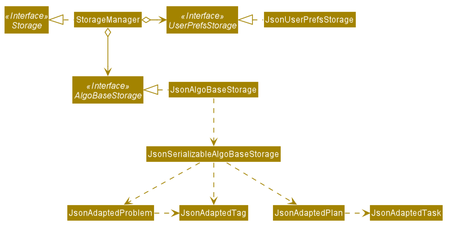
The PlantUML diagram docs/images/StorageClassDiagram.png in nus-cs2103-AY1920S1/addressbook-level3, before a commit. Source of this version:
```plantuml
@startuml








skinparam BackgroundColor #FFFFFFF

skinparam Shadowing false

skinparam Class {
    FontColor #FFFFFF
    BorderThickness 1
    BorderColor #FFFFFF
    StereotypeFontColor #FFFFFF
    FontName Arial
}

skinparam Actor {
    BorderColor #000000
    Color #000000
    FontName Arial
}

skinparam Sequence {
    MessageAlign center
    BoxFontSize 15
    BoxPadding 0
    BoxFontColor #FFFFFF
    FontName Arial
}

skinparam Participant {
    FontColor #FFFFFFF
    Padding 20
}

skinparam MinClassWidth 50
skinparam ParticipantPadding 10
skinparam Shadowing false
skinparam DefaultTextAlignment center
skinparam packageStyle Rectangle

hide footbox
hide members
hide circle
skinparam arrowThickness 1.1
skinparam arrowColor #A38300
skinparam classBackgroundColor #A38300

Interface Storage <<Interface>>
Interface UserPrefsStorage <<Interface>>
Interface AlgoBaseStorage <<Interface>>

Class StorageManager
Class JsonUserPrefsStorage
Class JsonAlgoBaseStorage

StorageManager .left.|> Storage
StorageManager o-right-> UserPrefsStorage
StorageManager o--> AlgoBaseStorage

JsonUserPrefsStorage .left.|> UserPrefsStorage
JsonAlgoBaseStorage .left.|> AlgoBaseStorage
JsonAlgoBaseStorage .down.> JsonSerializableAlgoBaseStorage
JsonSerializableAlgoBaseStorage .down.> JsonAdaptedPlan
JsonSerializableAlgoBaseStorage .down.> JsonAdaptedProblem
JsonSerializableAlgoBaseStorage .down.> JsonAdaptedTag
JsonAdaptedProblem .right.> JsonAdaptedTag
JsonAdaptedPlan .right.> JsonAdaptedTask
@enduml
```
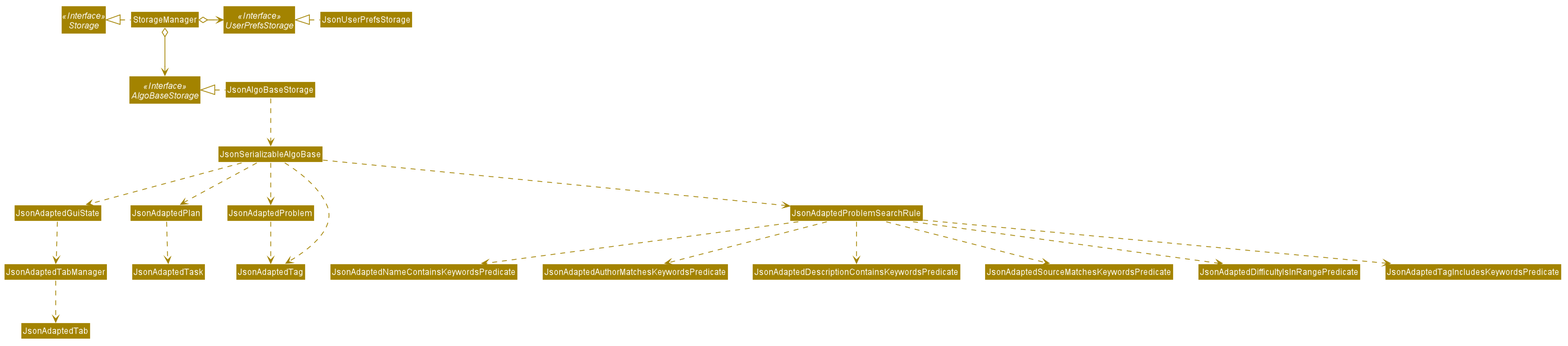
After the commit.

Change to the diagram source:
```diff
@@ -65,10 +65,20 @@
 
 JsonUserPrefsStorage .left.|> UserPrefsStorage
 JsonAlgoBaseStorage .left.|> AlgoBaseStorage
-JsonAlgoBaseStorage .down.> JsonSerializableAlgoBaseStorage
-JsonSerializableAlgoBaseStorage .down.> JsonAdaptedPlan
-JsonSerializableAlgoBaseStorage .down.> JsonAdaptedProblem
-JsonSerializableAlgoBaseStorage .down.> JsonAdaptedTag
-JsonAdaptedProblem .right.> JsonAdaptedTag
-JsonAdaptedPlan .right.> JsonAdaptedTask
+JsonAlgoBaseStorage .down.> JsonSerializableAlgoBase
+JsonSerializableAlgoBase .down.> JsonAdaptedGuiState
+JsonSerializableAlgoBase .down.> JsonAdaptedPlan
+JsonSerializableAlgoBase .down.> JsonAdaptedProblem
+JsonSerializableAlgoBase .down.> JsonAdaptedProblemSearchRule
+JsonSerializableAlgoBase .down.> JsonAdaptedTag
+JsonAdaptedGuiState .down.> JsonAdaptedTabManager
+JsonAdaptedProblem .down.> JsonAdaptedTag
+JsonAdaptedProblemSearchRule .down.> JsonAdaptedNameContainsKeywordsPredicate
+JsonAdaptedProblemSearchRule .down.> JsonAdaptedAuthorMatchesKeywordsPredicate
+JsonAdaptedProblemSearchRule .down.> JsonAdaptedDescriptionContainsKeywordsPredicate
+JsonAdaptedProblemSearchRule .down.> JsonAdaptedSourceMatchesKeywordsPredicate
+JsonAdaptedProblemSearchRule .down.> JsonAdaptedDifficultyIsInRangePredicate
+JsonAdaptedProblemSearchRule .down.> JsonAdaptedTagIncludesKeywordsPredicate
+JsonAdaptedPlan .down.> JsonAdaptedTask
+JsonAdaptedTabManager .down.> JsonAdaptedTab
 @enduml
```
